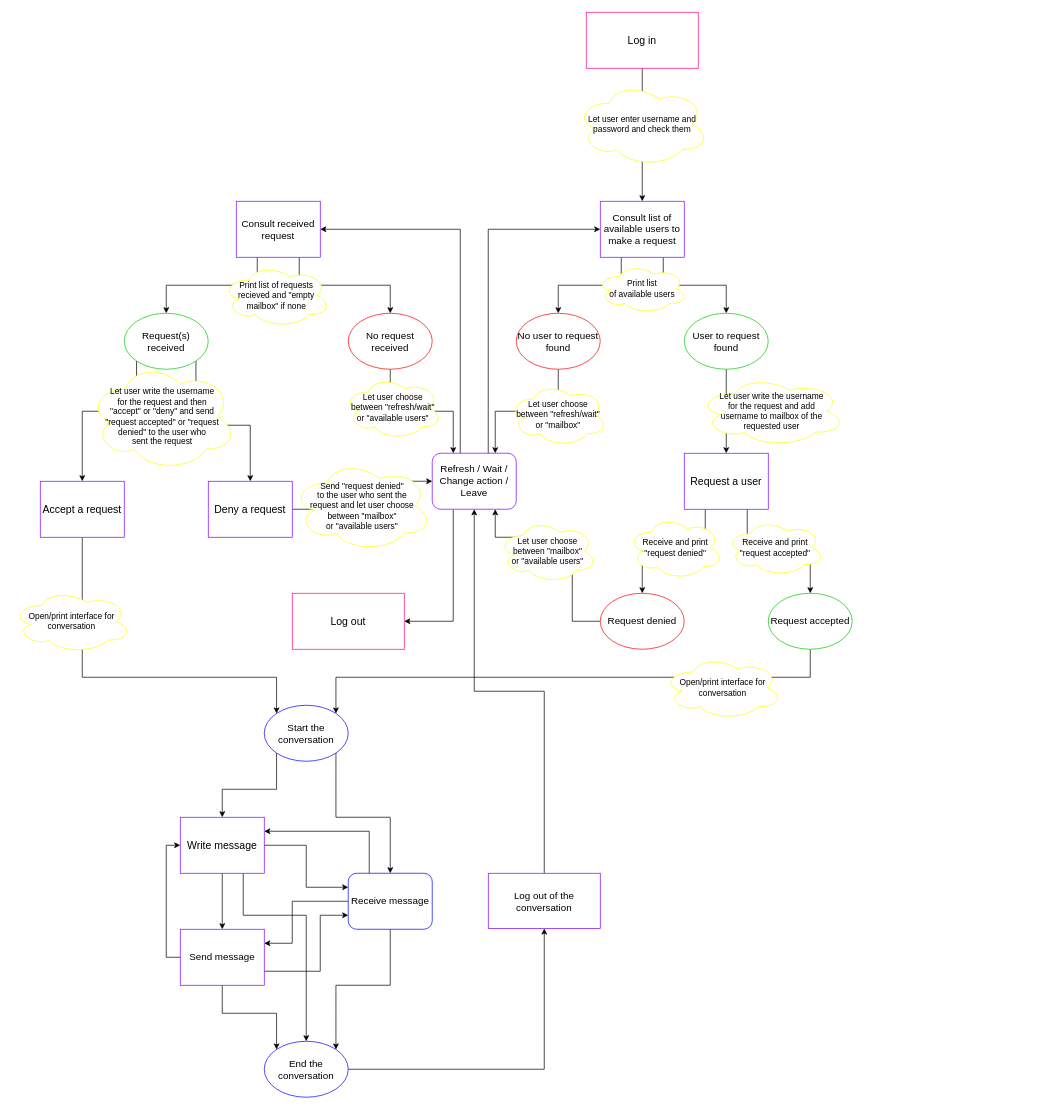
Above: diagrams/User.drawio in sinagh72/FOC (draw.io), before the change. Source tidied: cells renumbered, new cells numbered last; positions are measured from the earlier drawing's top-left corner, leaving out a move shared by most shapes. Both pictures are drawn from the tidied source at 70%, with x=0, y=0 at pixel (12, 12).
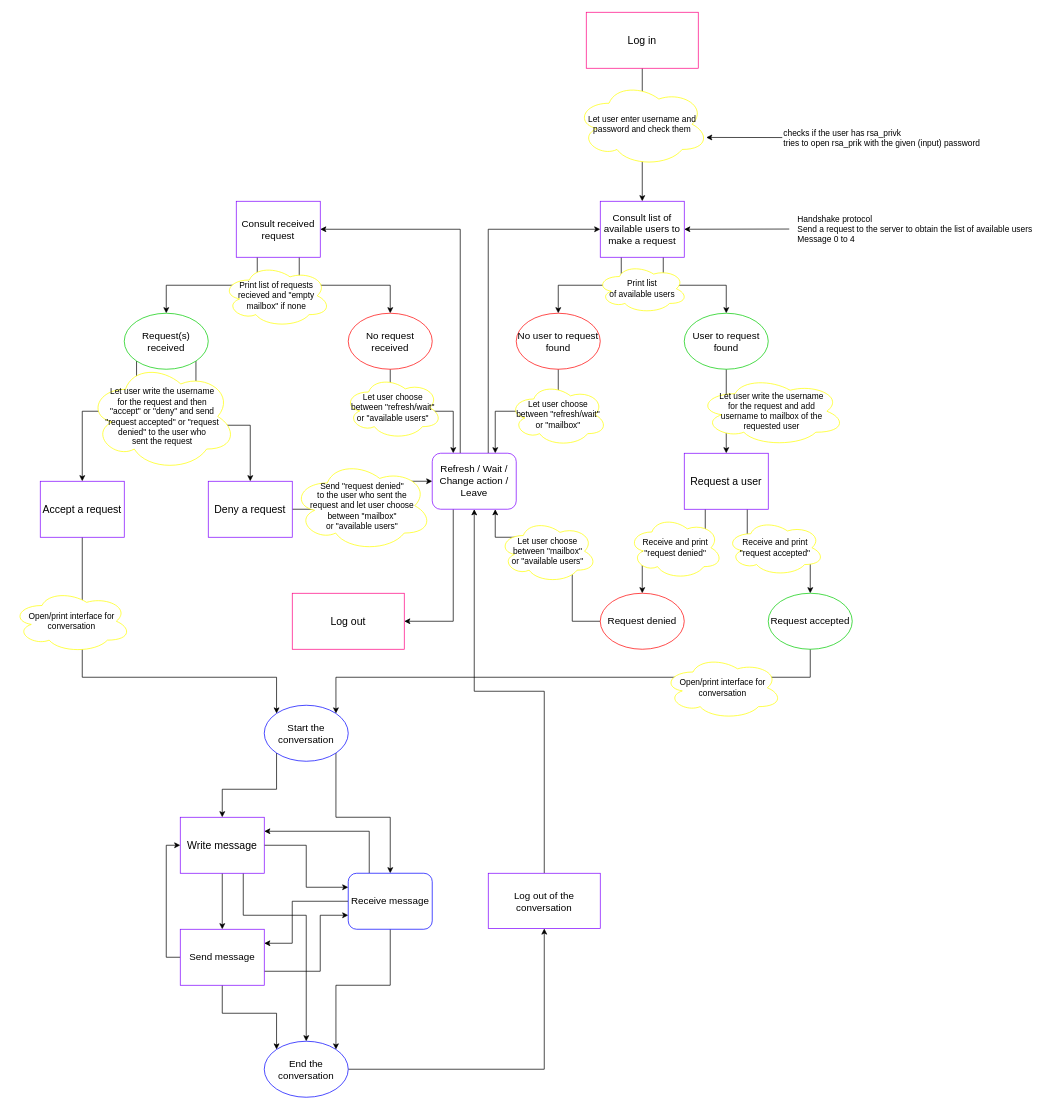
The same diagram, later.

Unchanged cells that the change refers to:
```xml
<mxCell id="7" value="&lt;font style=&quot;font-size: 14px&quot;&gt;Consult list of available users to make a request&lt;/font&gt;" style="rounded=0;whiteSpace=wrap;html=1;strokeColor=#7F00FF;" parent="1" vertex="1">
  <mxGeometry x="840" y="270" width="120" height="80" as="geometry" />
</mxCell>
<mxCell id="64" value="Let user enter username and password and check them" style="ellipse;shape=cloud;whiteSpace=wrap;html=1;strokeColor=#FFFF00;" parent="1" vertex="1">
  <mxGeometry x="805" y="100" width="190" height="120" as="geometry" />
</mxCell>
```

The edit, as a diff of the source:
```diff
@@
+    <mxCell id="67" style="endArrow=classic;html=1;entryX=0.981;entryY=0.657;entryDx=0;entryDy=0;entryPerimeter=0;" parent="1" edge="1" target="64">
+      <mxGeometry relative="1" as="geometry">
+        <mxPoint x="1100" y="179" as="sourcePoint" />
+      </mxGeometry>
+    </mxCell>
+    <mxCell id="68" value="checks if the user has rsa_privk&lt;br&gt;tries to open rsa_prik with the given (input) password&amp;nbsp;&amp;nbsp;&lt;br&gt;" style="text;html=1;align=left;verticalAlign=middle;strokeColor=none;" parent="1" vertex="1">
+      <mxGeometry x="1100" y="165" width="300" height="30" as="geometry" />
+    </mxCell>
+    <mxCell id="69" style="endArrow=classic;html=1;entryX=1;entryY=0.5;entryDx=0;entryDy=0;" parent="1" edge="1" target="7">
+      <mxGeometry relative="1" as="geometry">
+        <mxPoint x="1110" y="309.7" as="sourcePoint" />
+      </mxGeometry>
+    </mxCell>
+    <mxCell id="70" value="Handshake protocol&lt;br&gt;Send a request to the server to obtain the list of available users&amp;nbsp;&lt;br&gt;Message 0 to 4" style="text;html=1;align=left;verticalAlign=middle;strokeColor=none;" parent="1" vertex="1">
+      <mxGeometry x="1120" y="285" width="350" height="50" as="geometry" />
+    </mxCell>
```
